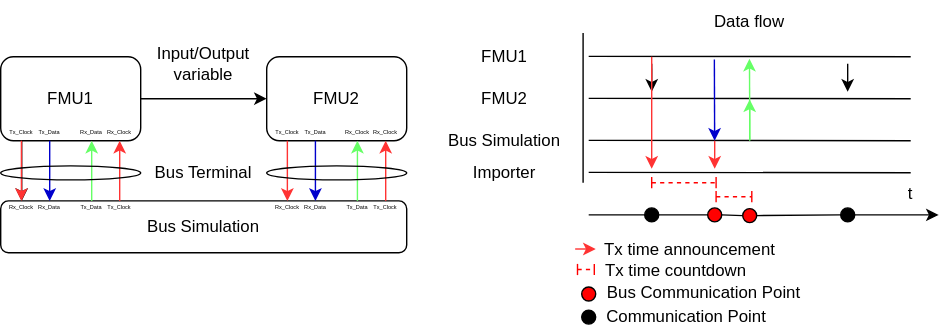
Earlier version of the draw.io export docs/images/low_cut_communication_points.svg (modelica/fmi-ls-bus). Source tidied: cells renumbered, new cells last; positions are measured from the earlier drawing's top-left corner, leaving out a move shared by most shapes.
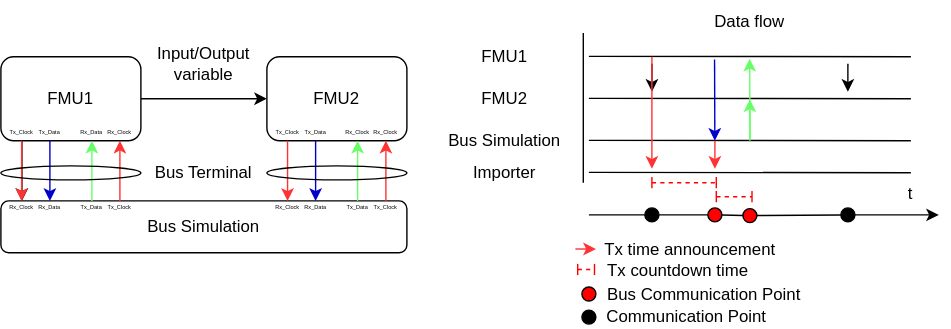
After the commit.

What changed in the source:
```diff
@@ -267,8 +267,8 @@
         <mxPoint x="424" y="192" as="targetPoint" />
       </mxGeometry>
     </mxCell>
-    <mxCell id="70" value="Tx time countdown" style="text;html=1;strokeColor=none;fillColor=none;align=center;verticalAlign=middle;whiteSpace=wrap;rounded=0;" parent="1" vertex="1">
-      <mxGeometry x="427.5" y="185" width="109" height="15" as="geometry" />
+    <mxCell id="70" value="Tx countdown time&amp;nbsp;" style="text;html=1;strokeColor=none;fillColor=none;align=center;verticalAlign=middle;whiteSpace=wrap;rounded=0;" parent="1" vertex="1">
+      <mxGeometry x="431" y="185" width="109" height="15" as="geometry" />
     </mxCell>
     <mxCell id="71" style="endArrow=baseDash;startArrow=baseDash;html=1;rounded=0;strokeColor=#FF0000;dashed=1;startFill=0;endFill=0;" parent="1" edge="1">
       <mxGeometry relative="1" as="geometry">
```
